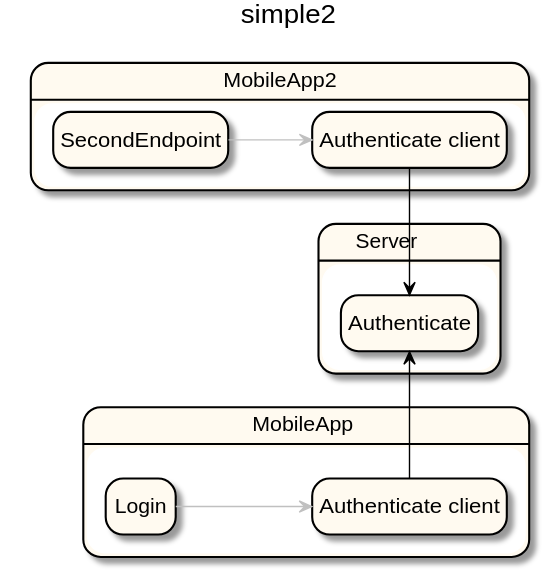
Above: docs/simple2EPA_integration.svg in anz-bank/sysl-catalog (PlantUML), before the change. The source it was exported from:
```plantuml
@startuml


title simple2
left to right direction
scale max 16384 height
hide empty description
skinparam state {
  BackgroundColor FloralWhite
  BorderColor Black
  ArrowColor Crimson
}
state "MobileApp" as X_0 <<highlight>> {
  state "Authenticate client" as _0 <<highlight>>
  state "Login" as _1 <<highlight>>
}
state "MobileApp2" as X_1 {
  state "Authenticate client" as _2
  state "SecondEndpoint" as _3
}
state "Server" as X_2 <<highlight>> {
  state "Authenticate" as _4 <<highlight>>
}
_1 -[#silver]-> _0
_0 -[#black]> _4
_3 -[#silver]-> _2
_2 -[#black]> _4
@enduml
```
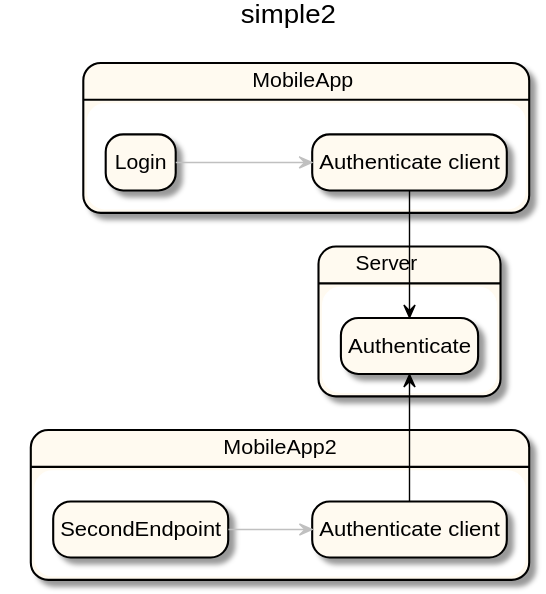
After the change.

The edit, as a diff of the source:
```diff
@@ -14,15 +14,15 @@
   state "Authenticate client" as _0 <<highlight>>
   state "Login" as _1 <<highlight>>
 }
-state "MobileApp2" as X_1 {
-  state "Authenticate client" as _2
-  state "SecondEndpoint" as _3
+state "MobileApp2" as X_1 <<highlight>> {
+  state "Authenticate client" as _2 <<highlight>>
+  state "SecondEndpoint" as _3 <<highlight>>
 }
 state "Server" as X_2 <<highlight>> {
   state "Authenticate" as _4 <<highlight>>
 }
+_3 -[#silver]-> _2
+_2 -[#black]> _4
 _1 -[#silver]-> _0
 _0 -[#black]> _4
-_3 -[#silver]-> _2
-_2 -[#black]> _4
 @enduml
```
